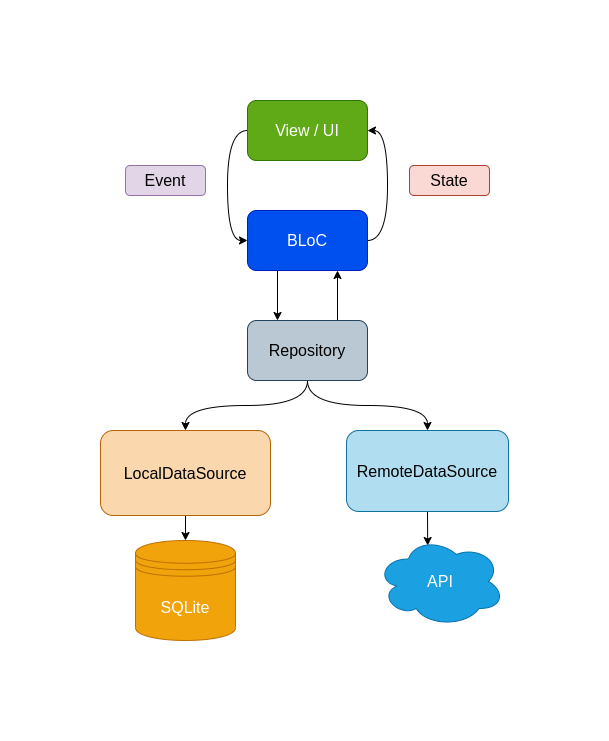
Above: screenshots/diagrams.png in derangga/flutter-arch-component (draw.io), before the change. Source tidied: cells renumbered, new cells last; positions are measured from the earlier drawing's top-left corner, leaving out a move shared by most shapes.
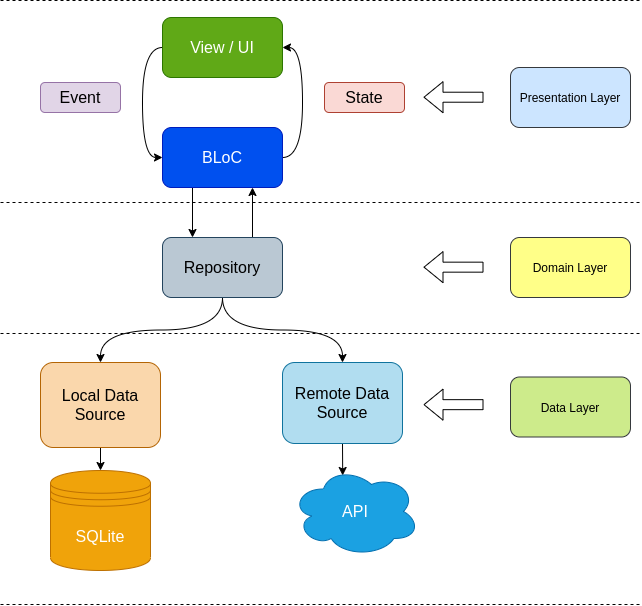
Above is the later version.

The edit, as a diff of the source:
```diff
@@ -38,20 +38,71 @@
     <mxCell id="13" style="edgeStyle=orthogonalEdgeStyle;curved=1;rounded=0;jettySize=auto;html=1;exitX=0.5;exitY=1;exitDx=0;exitDy=0;entryX=0.4;entryY=0.1;entryDx=0;entryDy=0;entryPerimeter=0;" parent="1" edge="1" source="14" target="18">
       <mxGeometry relative="1" as="geometry" />
     </mxCell>
-    <mxCell id="14" value="RemoteDataSource" style="rounded=1;whiteSpace=wrap;html=1;fillColor=#b1ddf0;strokeColor=#10739e;fontSize=16;" parent="1" vertex="1">
-      <mxGeometry x="246" y="330" width="162" height="81" as="geometry" />
+    <mxCell id="14" value="Remote Data Source" style="rounded=1;whiteSpace=wrap;html=1;fillColor=#b1ddf0;strokeColor=#10739e;fontSize=16;" parent="1" vertex="1">
+      <mxGeometry x="267" y="345" width="120" height="81" as="geometry" />
     </mxCell>
     <mxCell id="15" style="edgeStyle=orthogonalEdgeStyle;curved=1;rounded=0;jettySize=auto;html=1;exitX=0.5;exitY=1;exitDx=0;exitDy=0;entryX=0.5;entryY=0;entryDx=0;entryDy=0;" parent="1" edge="1" source="16" target="17">
       <mxGeometry relative="1" as="geometry" />
     </mxCell>
-    <mxCell id="16" value="LocalDataSource" style="rounded=1;whiteSpace=wrap;html=1;fillColor=#fad7ac;strokeColor=#b46504;fontSize=16;" parent="1" vertex="1">
-      <mxGeometry y="330" width="170" height="85" as="geometry" />
+    <mxCell id="16" value="Local Data Source" style="rounded=1;whiteSpace=wrap;html=1;fillColor=#fad7ac;strokeColor=#b46504;fontSize=16;" parent="1" vertex="1">
+      <mxGeometry x="25" y="345" width="120" height="85" as="geometry" />
     </mxCell>
     <mxCell id="17" value="SQLite" style="shape=datastore;whiteSpace=wrap;html=1;fillColor=#f0a30a;strokeColor=#BD7000;fontColor=#ffffff;fontSize=16;" parent="1" vertex="1">
-      <mxGeometry x="35" y="440" width="100" height="100" as="geometry" />
+      <mxGeometry x="35" y="453" width="100" height="100" as="geometry" />
     </mxCell>
     <mxCell id="18" value="API" style="ellipse;shape=cloud;whiteSpace=wrap;html=1;fillColor=#1ba1e2;strokeColor=#006EAF;fontColor=#ffffff;fontSize=16;" parent="1" vertex="1">
-      <mxGeometry x="276" y="436" width="128" height="90" as="geometry" />
+      <mxGeometry x="276" y="449" width="128" height="90" as="geometry" />
     </mxCell>
+    <mxCell id="19" value="Domain Layer" style="rounded=1;whiteSpace=wrap;html=1;fillColor=#ffff88;strokeColor=#36393d;" parent="1" vertex="1">
+      <mxGeometry x="495" y="220" width="120" height="60" as="geometry" />
+    </mxCell>
+    <mxCell id="20" value="Data Layer" style="rounded=1;whiteSpace=wrap;html=1;fillColor=#cdeb8b;strokeColor=#36393d;" parent="1" vertex="1">
+      <mxGeometry x="495" y="359.5" width="120" height="60" as="geometry" />
+    </mxCell>
+    <mxCell id="21" value="Presentation Layer" style="rounded=1;whiteSpace=wrap;html=1;fillColor=#cce5ff;strokeColor=#36393d;" parent="1" vertex="1">
+      <mxGeometry x="495" y="50" width="120" height="60" as="geometry" />
+    </mxCell>
+    <mxCell id="22" style="endArrow=none;html=1;dashed=1;" parent="1" edge="1">
+      <mxGeometry relative="1" as="geometry">
+        <mxPoint x="-15" y="-17" as="sourcePoint" />
+        <mxPoint x="625" y="-17" as="targetPoint" />
+      </mxGeometry>
+    </mxCell>
+    <mxCell id="23" style="endArrow=none;html=1;dashed=1;" parent="1" edge="1">
+      <mxGeometry relative="1" as="geometry">
+        <mxPoint x="-15" y="185" as="sourcePoint" />
+        <mxPoint x="625" y="185" as="targetPoint" />
+      </mxGeometry>
+    </mxCell>
+    <mxCell id="24" style="endArrow=none;html=1;dashed=1;" parent="1" edge="1">
+      <mxGeometry relative="1" as="geometry">
+        <mxPoint x="-15" y="316" as="sourcePoint" />
+        <mxPoint x="625" y="316" as="targetPoint" />
+      </mxGeometry>
+    </mxCell>
+    <mxCell id="25" style="endArrow=none;html=1;dashed=1;" parent="1" edge="1">
+      <mxGeometry relative="1" as="geometry">
+        <mxPoint x="-15" y="587" as="sourcePoint" />
+        <mxPoint x="625" y="587" as="targetPoint" />
+      </mxGeometry>
+    </mxCell>
+    <mxCell id="26" style="shape=flexArrow;endArrow=classic;html=1;" parent="1" edge="1">
+      <mxGeometry relative="1" as="geometry">
+        <mxPoint x="468" y="79.7" as="sourcePoint" />
+        <mxPoint x="408" y="79.7" as="targetPoint" />
+      </mxGeometry>
+    </mxCell>
+    <mxCell id="27" style="shape=flexArrow;endArrow=classic;html=1;" parent="1" edge="1">
+      <mxGeometry relative="1" as="geometry">
+        <mxPoint x="468" y="249.7" as="sourcePoint" />
+        <mxPoint x="408" y="249.7" as="targetPoint" />
+      </mxGeometry>
+    </mxCell>
+    <mxCell id="28" style="shape=flexArrow;endArrow=classic;html=1;" parent="1" edge="1">
+      <mxGeometry relative="1" as="geometry">
+        <mxPoint x="468" y="387.2" as="sourcePoint" />
+        <mxPoint x="408" y="387.2" as="targetPoint" />
+      </mxGeometry>
+    </mxCell>
   </root>
 </mxGraphModel>
```
